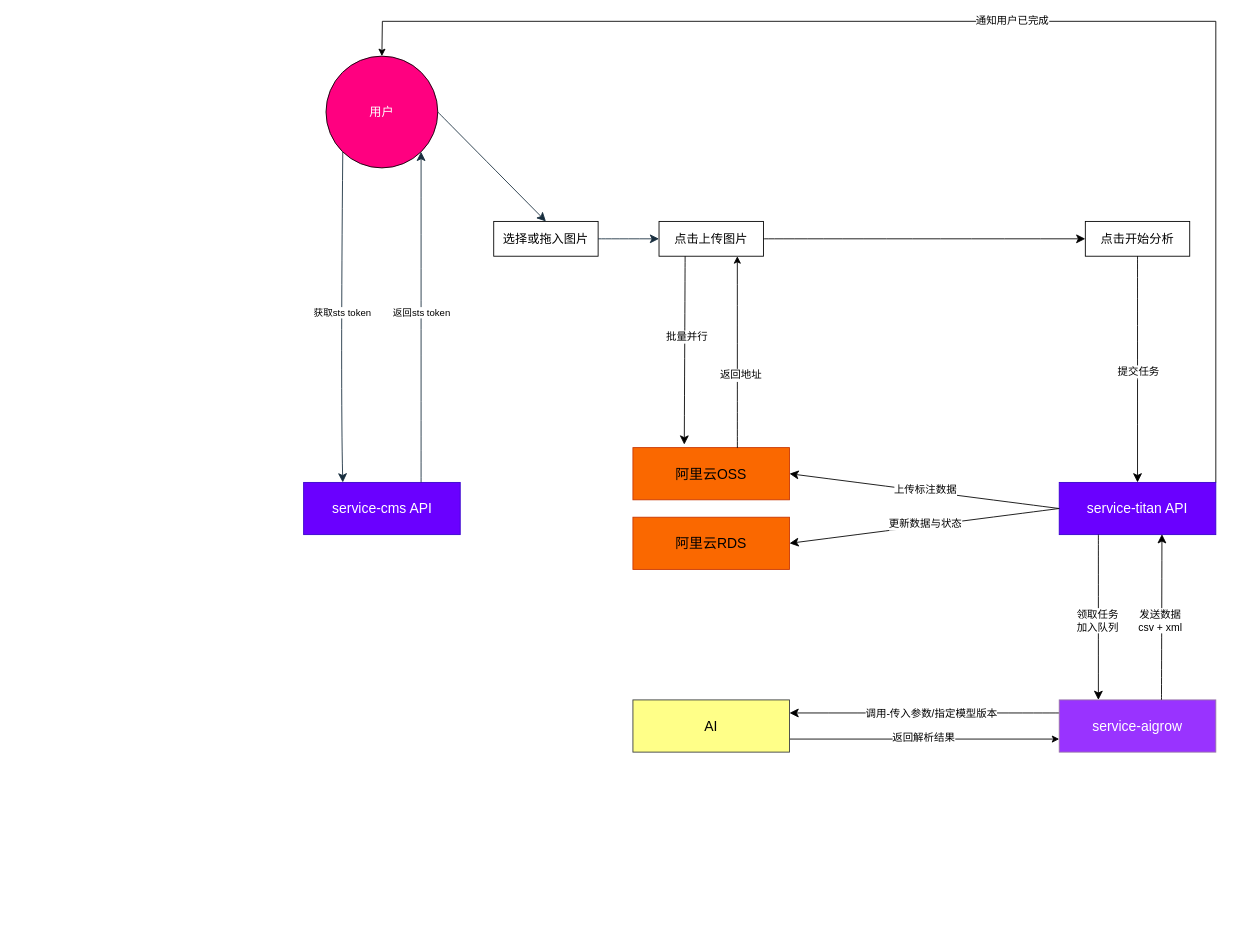
deepberry/.draw keeps this draw.io diagram as 未命名绘图.drawio. Above is the earlier version. Source tidied: cells renumbered, new cells numbered last; positions are measured from the earlier drawing's top-left corner, leaving out a move shared by most shapes. Both pictures are drawn from the tidied source at 87%, with x=0, y=0 at pixel (304, 21).
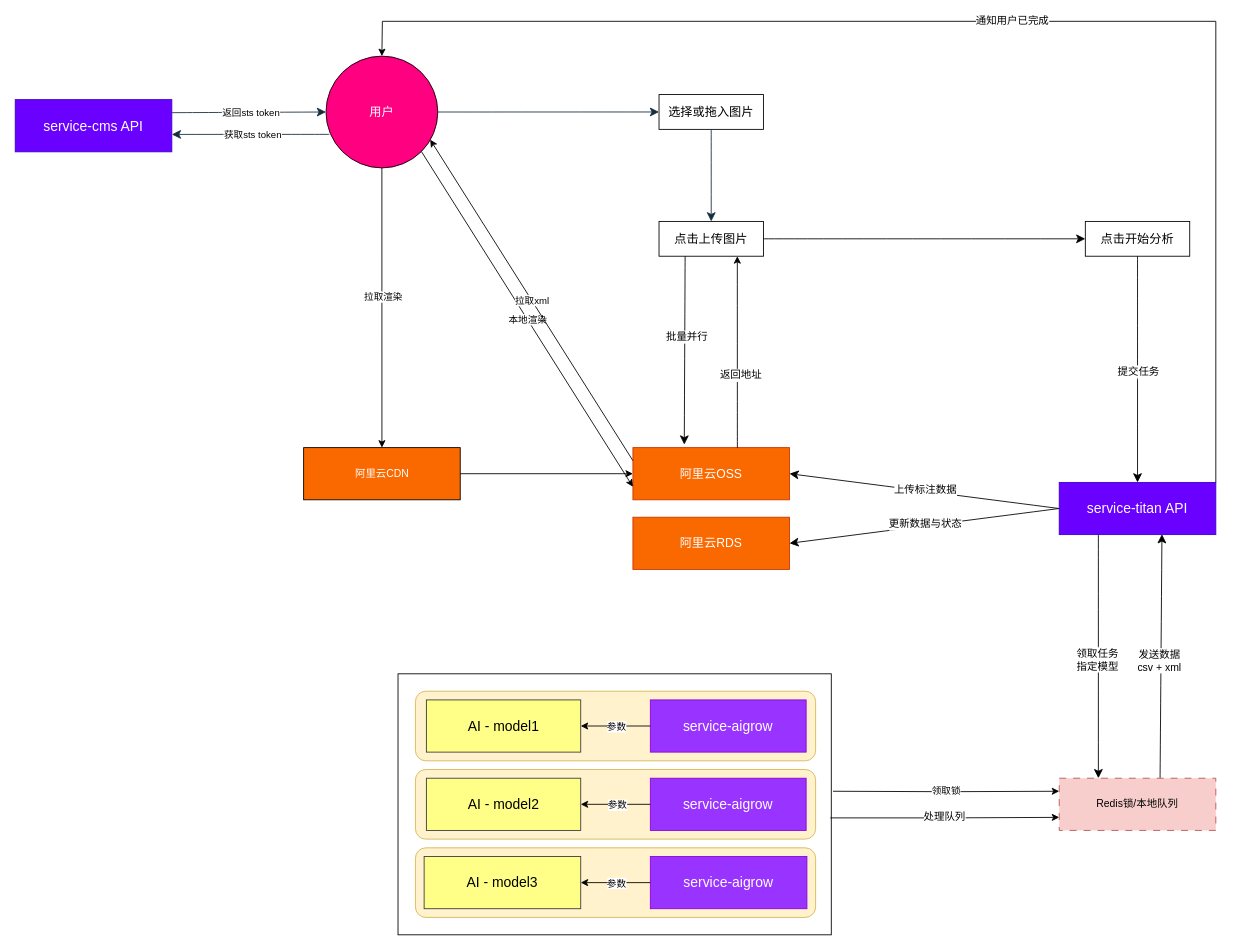
Above is the later version.

Commit message:
更新未命名绘图.drawio

Unchanged cells that the change refers to:
```xml
<mxCell id="10" value="点击上传图片" style="whiteSpace=wrap;html=1;fontSize=14;rounded=0;labelBackgroundColor=none;" parent="1" vertex="1">
  <mxGeometry x="408" y="230" width="120" height="40" as="geometry" />
</mxCell>
<mxCell id="19" value="service-titan API" style="whiteSpace=wrap;html=1;fontSize=16;fillColor=#6a00ff;strokeColor=#3700CC;fontColor=#ffffff;" parent="1" vertex="1">
  <mxGeometry x="868" y="530" width="180" height="60" as="geometry" />
</mxCell>
<mxCell id="37" value="用户" style="ellipse;whiteSpace=wrap;html=1;fontSize=14;fontColor=#FFFFFF;fillColor=#FF0080;" parent="1" vertex="1">
  <mxGeometry x="25.2" y="40" width="128.5" height="128.5" as="geometry" />
</mxCell>
```

Diff of the diagram source:
```diff
@@
+    <mxCell id="38" value="领取锁" style="edgeStyle=orthogonalEdgeStyle;rounded=0;jettySize=auto;html=1;entryX=0;entryY=0.25;entryDx=0;entryDy=0;" parent="1" edge="1" target="42">
+      <mxGeometry relative="1" as="geometry">
+        <mxPoint x="608" y="885" as="sourcePoint" />
+      </mxGeometry>
+    </mxCell>
+    <mxCell id="39" style="rounded=0;whiteSpace=wrap;html=1;" parent="1" vertex="1">
+      <mxGeometry x="108" y="750" width="498" height="300" as="geometry" />
+    </mxCell>
-    <mxCell id="2" style="edgeStyle=none;curved=1;rounded=0;jettySize=auto;html=1;fontSize=12;startSize=8;endSize=8;exitX=0.25;exitY=1;exitDx=0;exitDy=0;labelBackgroundColor=none;fontColor=default;entryX=0.25;entryY=0;entryDx=0;entryDy=0;strokeColor=#182E3E;" parent="1" edge="1" target="4">
+    <mxCell id="2" style="edgeStyle=none;curved=1;rounded=0;jettySize=auto;html=1;fontSize=12;startSize=8;endSize=8;labelBackgroundColor=none;fontColor=default;strokeColor=#182E3E;exitX=0.029;exitY=0.7;exitDx=0;exitDy=0;exitPerimeter=0;" parent="1" edge="1" source="37">
       <mxGeometry relative="1" as="geometry">
-        <mxPoint x="44.5" y="150" as="sourcePoint" />
-        <Array as="points">
-          <mxPoint x="42" y="420" />
-        </Array>
+        <mxPoint x="-152" y="130" as="targetPoint" />
       </mxGeometry>
     </mxCell>
@@
     <mxCell id="4" value="service-cms API" style="whiteSpace=wrap;html=1;fontSize=16;labelBackgroundColor=none;rounded=0;fillColor=#6a00ff;strokeColor=#3700CC;fontColor=#ffffff;" parent="1" vertex="1">
-      <mxGeometry x="-0.5" y="530" width="180" height="60" as="geometry" />
+      <mxGeometry x="-332" y="90" width="180" height="60" as="geometry" />
     </mxCell>
-    <mxCell id="5" style="edgeStyle=none;jettySize=auto;html=1;rounded=0;fontSize=12;startSize=8;endSize=8;curved=1;exitX=0.75;exitY=0;exitDx=0;exitDy=0;entryX=0.75;entryY=1;entryDx=0;entryDy=0;labelBackgroundColor=none;fontColor=default;strokeColor=#182E3E;" parent="1" edge="1" source="4">
-      <mxGeometry relative="1" as="geometry">
-        <mxPoint x="134.5" y="150" as="targetPoint" />
-      </mxGeometry>
+    <mxCell id="5" style="edgeStyle=none;jettySize=auto;html=1;rounded=0;fontSize=12;startSize=8;endSize=8;curved=1;exitX=1;exitY=0.25;exitDx=0;exitDy=0;entryX=0;entryY=0.5;entryDx=0;entryDy=0;labelBackgroundColor=none;fontColor=default;strokeColor=#182E3E;" parent="1" edge="1" source="4" target="37">
+      <mxGeometry relative="1" as="geometry" />
     </mxCell>
@@
     <mxCell id="7" value="选择或拖入图片" style="whiteSpace=wrap;html=1;fontSize=14;rounded=0;labelBackgroundColor=none;" parent="1" vertex="1">
-      <mxGeometry x="218" y="230" width="120" height="40" as="geometry" />
+      <mxGeometry x="408" y="84.2" width="120" height="40" as="geometry" />
     </mxCell>
-    <mxCell id="8" style="edgeStyle=none;jettySize=auto;html=1;rounded=0;fontSize=12;startSize=8;endSize=8;curved=1;exitX=1;exitY=0.5;exitDx=0;exitDy=0;entryX=0.5;entryY=0;entryDx=0;entryDy=0;labelBackgroundColor=none;fontColor=default;strokeColor=#182E3E;" parent="1" edge="1" source="37" target="7">
+    <mxCell id="8" style="edgeStyle=none;jettySize=auto;html=1;rounded=0;fontSize=12;startSize=8;endSize=8;curved=1;exitX=1;exitY=0.5;exitDx=0;exitDy=0;entryX=0;entryY=0.5;entryDx=0;entryDy=0;labelBackgroundColor=none;fontColor=default;strokeColor=#182E3E;" parent="1" edge="1" source="37" target="7">
       <mxGeometry relative="1" as="geometry" />
     </mxCell>
-    <mxCell id="9" style="edgeStyle=none;jettySize=auto;html=1;rounded=0;fontSize=12;startSize=8;endSize=8;curved=1;exitX=1;exitY=0.5;exitDx=0;exitDy=0;labelBackgroundColor=none;fontColor=default;strokeColor=#182E3E;" parent="1" edge="1" source="7" target="10">
+    <mxCell id="9" style="edgeStyle=none;jettySize=auto;html=1;rounded=0;fontSize=12;startSize=8;endSize=8;curved=1;exitX=0.5;exitY=1;exitDx=0;exitDy=0;labelBackgroundColor=none;fontColor=default;strokeColor=#182E3E;" parent="1" edge="1" source="7" target="10">
       <mxGeometry relative="1" as="geometry" />
     </mxCell>
@@
-    <mxCell id="11" value="阿里云OSS" style="whiteSpace=wrap;html=1;rounded=0;fontSize=16;labelBackgroundColor=none;fillColor=#fa6800;strokeColor=#C73500;fontColor=#000000;" parent="1" vertex="1">
+    <mxCell id="11" value="阿里云OSS" style="whiteSpace=wrap;html=1;rounded=0;fontSize=14;labelBackgroundColor=none;fillColor=#fa6800;strokeColor=#C73500;fontColor=#FFFFFF;" parent="1" vertex="1">
       <mxGeometry x="378" y="490" width="180" height="60" as="geometry" />
     </mxCell>
@@
-    <mxCell id="22" value="阿里云RDS" style="whiteSpace=wrap;html=1;fontSize=16;fillColor=#fa6800;strokeColor=#C73500;fontColor=#000000;" parent="1" vertex="1">
+    <mxCell id="22" value="阿里云RDS" style="whiteSpace=wrap;html=1;fontSize=14;fillColor=#fa6800;strokeColor=#C73500;fontColor=#FFFFFF;" parent="1" vertex="1">
       <mxGeometry x="378" y="570" width="180" height="60" as="geometry" />
     </mxCell>
@@
-    <mxCell id="25" style="edgeStyle=none;jettySize=auto;html=1;rounded=0;fontSize=12;startSize=8;endSize=8;curved=1;entryX=0.25;entryY=0;entryDx=0;entryDy=0;exitX=0.25;exitY=1;exitDx=0;exitDy=0;" parent="1" edge="1" source="19" target="32">
+    <mxCell id="25" style="edgeStyle=none;jettySize=auto;html=1;rounded=0;fontSize=12;startSize=8;endSize=8;curved=1;entryX=0.25;entryY=0;entryDx=0;entryDy=0;exitX=0.25;exitY=1;exitDx=0;exitDy=0;" parent="1" edge="1" source="19" target="42">
       <mxGeometry relative="1" as="geometry" />
     </mxCell>
-    <mxCell id="26" value="领取任务&lt;br&gt;加入队列" style="edgeLabel;html=1;align=center;verticalAlign=middle;fontSize=12;" parent="25" vertex="1">
+    <mxCell id="26" value="领取任务&lt;br&gt;指定模型" style="edgeLabel;html=1;align=center;verticalAlign=middle;fontSize=12;" parent="25" vertex="1">
       <mxGeometry y="-13" relative="1" as="geometry">
         <mxPoint x="11" y="3" as="offset" />
       </mxGeometry>
     </mxCell>
-    <mxCell id="27" style="edgeStyle=orthogonalEdgeStyle;rounded=0;jettySize=auto;html=1;exitX=1;exitY=0.75;exitDx=0;exitDy=0;entryX=0;entryY=0.75;entryDx=0;entryDy=0;fontSize=14;fontColor=#FFFFFF;" parent="1" edge="1" source="29" target="32">
+    <mxCell id="27" style="edgeStyle=orthogonalEdgeStyle;rounded=0;jettySize=auto;html=1;fontSize=14;fontColor=#FFFFFF;exitX=0.998;exitY=0.552;exitDx=0;exitDy=0;entryX=0;entryY=0.75;entryDx=0;entryDy=0;exitPerimeter=0;" parent="1" edge="1" source="39" target="42">
       <mxGeometry relative="1" as="geometry" />
     </mxCell>
-    <mxCell id="28" value="返回解析结果" style="edgeLabel;html=1;align=center;verticalAlign=middle;fontSize=12;fontColor=#000000;" parent="27" vertex="1">
+    <mxCell id="28" value="处理队列" style="edgeLabel;html=1;align=center;verticalAlign=middle;fontSize=12;fontColor=#000000;" parent="27" vertex="1">
       <mxGeometry x="-0.01" y="2" relative="1" as="geometry" />
     </mxCell>
-    <mxCell id="29" value="AI" style="whiteSpace=wrap;html=1;fontSize=16;fillColor=#ffff88;strokeColor=#36393d;" parent="1" vertex="1">
-      <mxGeometry x="378" y="780" width="180" height="60" as="geometry" />
-    </mxCell>
-    <mxCell id="30" style="edgeStyle=none;jettySize=auto;html=1;rounded=0;fontSize=12;startSize=8;endSize=8;curved=1;entryX=1;entryY=0.25;entryDx=0;entryDy=0;exitX=0;exitY=0.25;exitDx=0;exitDy=0;" parent="1" edge="1" source="32" target="29">
-      <mxGeometry relative="1" as="geometry" />
-    </mxCell>
-    <mxCell id="31" value="调用-传入参数/指定模型版本" style="edgeLabel;html=1;align=center;verticalAlign=middle;fontSize=12;" parent="30" vertex="1">
-      <mxGeometry x="0.04" relative="1" as="geometry">
-        <mxPoint x="13" as="offset" />
-      </mxGeometry>
-    </mxCell>
-    <mxCell id="32" value="service-aigrow" style="whiteSpace=wrap;html=1;fontSize=16;fillColor=#9933FF;strokeColor=#9673a6;fontColor=#FFFFFF;" parent="1" vertex="1">
-      <mxGeometry x="868" y="780" width="180" height="60" as="geometry" />
-    </mxCell>
-    <mxCell id="33" style="edgeStyle=none;jettySize=auto;html=1;rounded=0;fontSize=12;startSize=8;endSize=8;curved=1;exitX=0.653;exitY=0;exitDx=0;exitDy=0;exitPerimeter=0;entryX=0.656;entryY=0.992;entryDx=0;entryDy=0;entryPerimeter=0;" parent="1" edge="1" source="32" target="19">
+    <mxCell id="33" style="edgeStyle=none;jettySize=auto;html=1;rounded=0;fontSize=12;startSize=8;endSize=8;curved=1;exitX=0.644;exitY=0;exitDx=0;exitDy=0;exitPerimeter=0;entryX=0.656;entryY=0.992;entryDx=0;entryDy=0;entryPerimeter=0;" parent="1" edge="1" source="42" target="19">
       <mxGeometry relative="1" as="geometry" />
     </mxCell>
@@
+    <mxCell id="40" style="edgeStyle=orthogonalEdgeStyle;rounded=0;jettySize=auto;html=1;exitX=0.5;exitY=1;exitDx=0;exitDy=0;entryX=0.5;entryY=0;entryDx=0;entryDy=0;" parent="1" edge="1" source="37" target="61">
+      <mxGeometry relative="1" as="geometry" />
+    </mxCell>
+    <mxCell id="41" value="拉取渲染" style="edgeLabel;html=1;align=center;verticalAlign=middle;" parent="40" vertex="1">
+      <mxGeometry x="-0.08" y="1" relative="1" as="geometry" />
+    </mxCell>
@@
+    <mxCell id="42" value="Redis锁/本地队列" style="rounded=0;whiteSpace=wrap;html=1;fillColor=#f8cecc;strokeColor=#b85450;dashed=1;dashPattern=8 8;" parent="1" vertex="1">
+      <mxGeometry x="868" y="870" width="180" height="60" as="geometry" />
+    </mxCell>
+    <mxCell id="43" style="group;" parent="1" vertex="1">
+      <mxGeometry x="128" y="860" width="460" height="80" as="geometry" />
+    </mxCell>
+    <mxCell id="44" style="rounded=1;whiteSpace=wrap;html=1;fillColor=#fff2cc;strokeColor=#d6b656;" parent="43" vertex="1">
+      <mxGeometry width="460" height="80" as="geometry" />
+    </mxCell>
+    <mxCell id="45" value="AI - model2" style="whiteSpace=wrap;html=1;fontSize=16;fillColor=#ffff88;strokeColor=#36393d;" parent="43" vertex="1">
+      <mxGeometry x="12.6" y="10" width="177.4" height="60" as="geometry" />
+    </mxCell>
+    <mxCell id="46" value="service-aigrow" style="whiteSpace=wrap;html=1;fontSize=16;fillColor=#9933FF;strokeColor=#8e02cf;fontColor=#FFFFFF;" parent="43" vertex="1">
+      <mxGeometry x="270" y="10" width="179.1" height="60" as="geometry" />
+    </mxCell>
+    <mxCell id="47" style="edgeStyle=orthogonalEdgeStyle;rounded=0;jettySize=auto;html=1;exitX=0;exitY=0.5;exitDx=0;exitDy=0;entryX=1;entryY=0.5;entryDx=0;entryDy=0;" parent="43" edge="1" source="46" target="45">
+      <mxGeometry relative="1" as="geometry" />
+    </mxCell>
+    <mxCell id="48" value="参数" style="edgeLabel;html=1;align=center;verticalAlign=middle;" parent="47" vertex="1">
+      <mxGeometry x="0.06" y="-1" relative="1" as="geometry">
+        <mxPoint x="3" y="1" as="offset" />
+      </mxGeometry>
+    </mxCell>
+    <mxCell id="49" style="group;" parent="1" vertex="1">
+      <mxGeometry x="168" y="950" width="420" height="80" as="geometry" />
+    </mxCell>
+    <mxCell id="50" style="rounded=1;whiteSpace=wrap;html=1;fillColor=#fff2cc;strokeColor=#d6b656;" parent="49" vertex="1">
+      <mxGeometry x="-40" width="460" height="80" as="geometry" />
+    </mxCell>
+    <mxCell id="51" value="AI - model3" style="whiteSpace=wrap;html=1;fontSize=16;fillColor=#ffff88;strokeColor=#36393d;" parent="49" vertex="1">
+      <mxGeometry x="-30" y="10" width="180" height="60" as="geometry" />
+    </mxCell>
+    <mxCell id="52" value="service-aigrow" style="whiteSpace=wrap;html=1;fontSize=16;fillColor=#9933FF;strokeColor=#8e02cf;fontColor=#FFFFFF;" parent="49" vertex="1">
+      <mxGeometry x="230" y="10" width="180" height="60" as="geometry" />
+    </mxCell>
+    <mxCell id="53" style="edgeStyle=orthogonalEdgeStyle;rounded=0;jettySize=auto;html=1;exitX=0;exitY=0.5;exitDx=0;exitDy=0;entryX=1;entryY=0.5;entryDx=0;entryDy=0;" parent="49" edge="1" source="52" target="51">
+      <mxGeometry relative="1" as="geometry" />
+    </mxCell>
+    <mxCell id="54" value="参数" style="edgeLabel;html=1;align=center;verticalAlign=middle;" parent="53" vertex="1">
+      <mxGeometry x="0.23" y="1" relative="1" as="geometry">
+        <mxPoint x="9" y="-1" as="offset" />
+      </mxGeometry>
+    </mxCell>
+    <mxCell id="55" style="group;" parent="1" vertex="1">
+      <mxGeometry x="128" y="770" width="460" height="80" as="geometry" />
+    </mxCell>
+    <mxCell id="56" style="rounded=1;whiteSpace=wrap;html=1;fillColor=#fff2cc;strokeColor=#d6b656;" parent="55" vertex="1">
+      <mxGeometry width="460" height="80" as="geometry" />
+    </mxCell>
+    <mxCell id="29" value="AI - model1" style="whiteSpace=wrap;html=1;fontSize=16;fillColor=#ffff88;strokeColor=#36393d;" parent="55" vertex="1">
+      <mxGeometry x="12.6" y="10" width="177.4" height="60" as="geometry" />
+    </mxCell>
+    <mxCell id="57" value="service-aigrow" style="whiteSpace=wrap;html=1;fontSize=16;fillColor=#9933FF;strokeColor=#8e02cf;fontColor=#FFFFFF;" parent="55" vertex="1">
+      <mxGeometry x="270" y="10" width="179.1" height="60" as="geometry" />
+    </mxCell>
+    <mxCell id="58" style="edgeStyle=orthogonalEdgeStyle;rounded=0;jettySize=auto;html=1;exitX=0;exitY=0.5;exitDx=0;exitDy=0;entryX=1;entryY=0.5;entryDx=0;entryDy=0;" parent="55" edge="1" source="57" target="29">
+      <mxGeometry relative="1" as="geometry" />
+    </mxCell>
+    <mxCell id="59" value="参数" style="edgeLabel;html=1;align=center;verticalAlign=middle;" parent="58" vertex="1">
+      <mxGeometry x="0.1" y="-1" relative="1" as="geometry">
+        <mxPoint x="4" y="1" as="offset" />
+      </mxGeometry>
+    </mxCell>
+    <mxCell id="60" style="edgeStyle=orthogonalEdgeStyle;rounded=0;jettySize=auto;html=1;exitX=1;exitY=0.5;exitDx=0;exitDy=0;entryX=0;entryY=0.5;entryDx=0;entryDy=0;" parent="1" edge="1" source="61" target="11">
+      <mxGeometry relative="1" as="geometry" />
+    </mxCell>
+    <mxCell id="61" value="阿里云CDN" style="rounded=0;whiteSpace=wrap;html=1;fillColor=#fa6800;fontColor=#FFFFFF;" parent="1" vertex="1">
+      <mxGeometry x="-0.5" y="490" width="180" height="60" as="geometry" />
+    </mxCell>
+    <mxCell id="62" value="本地渲染" style="endArrow=classic;html=1;rounded=0;exitX=1;exitY=1;exitDx=0;exitDy=0;entryX=0;entryY=0.75;entryDx=0;entryDy=0;" parent="1" edge="1" source="37" target="11">
+      <mxGeometry relative="1" as="geometry" />
+    </mxCell>
+    <mxCell id="63" value="拉取xml" style="endArrow=classic;html=1;rounded=0;exitX=0;exitY=0.25;exitDx=0;exitDy=0;entryX=0.932;entryY=0.747;entryDx=0;entryDy=0;entryPerimeter=0;" parent="1" edge="1" source="11" target="37">
+      <mxGeometry relative="1" as="geometry" />
+    </mxCell>
```
